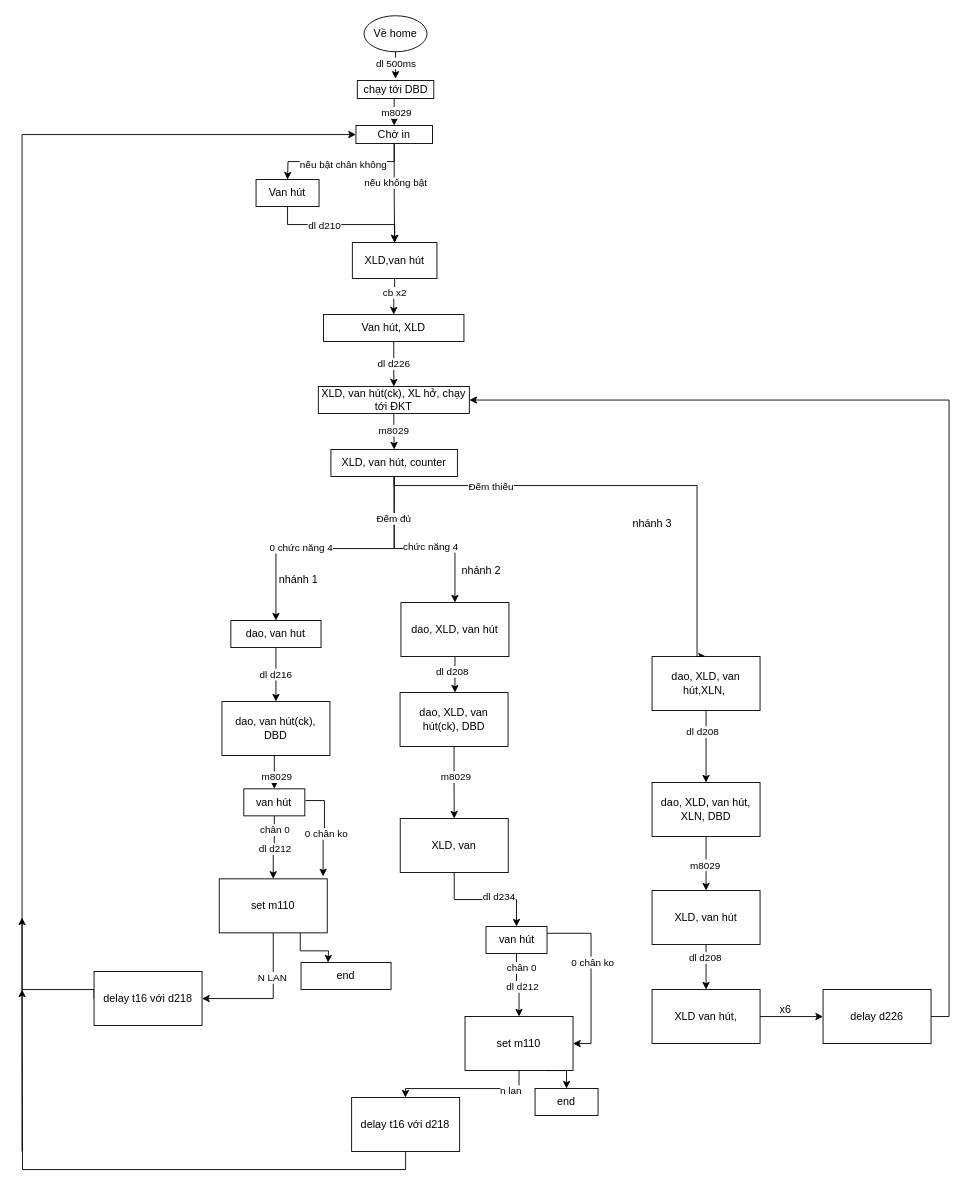
robowindgit/a0-quyencun keeps this draw.io diagram as trai muc truoc.drawio. Above is the earlier version. Source tidied: cells renumbered, new cells numbered last; positions are measured from the earlier drawing's top-left corner, leaving out a move shared by most shapes. Both pictures are drawn from the tidied source at 90%, with x=0, y=0 at pixel (22, 15).
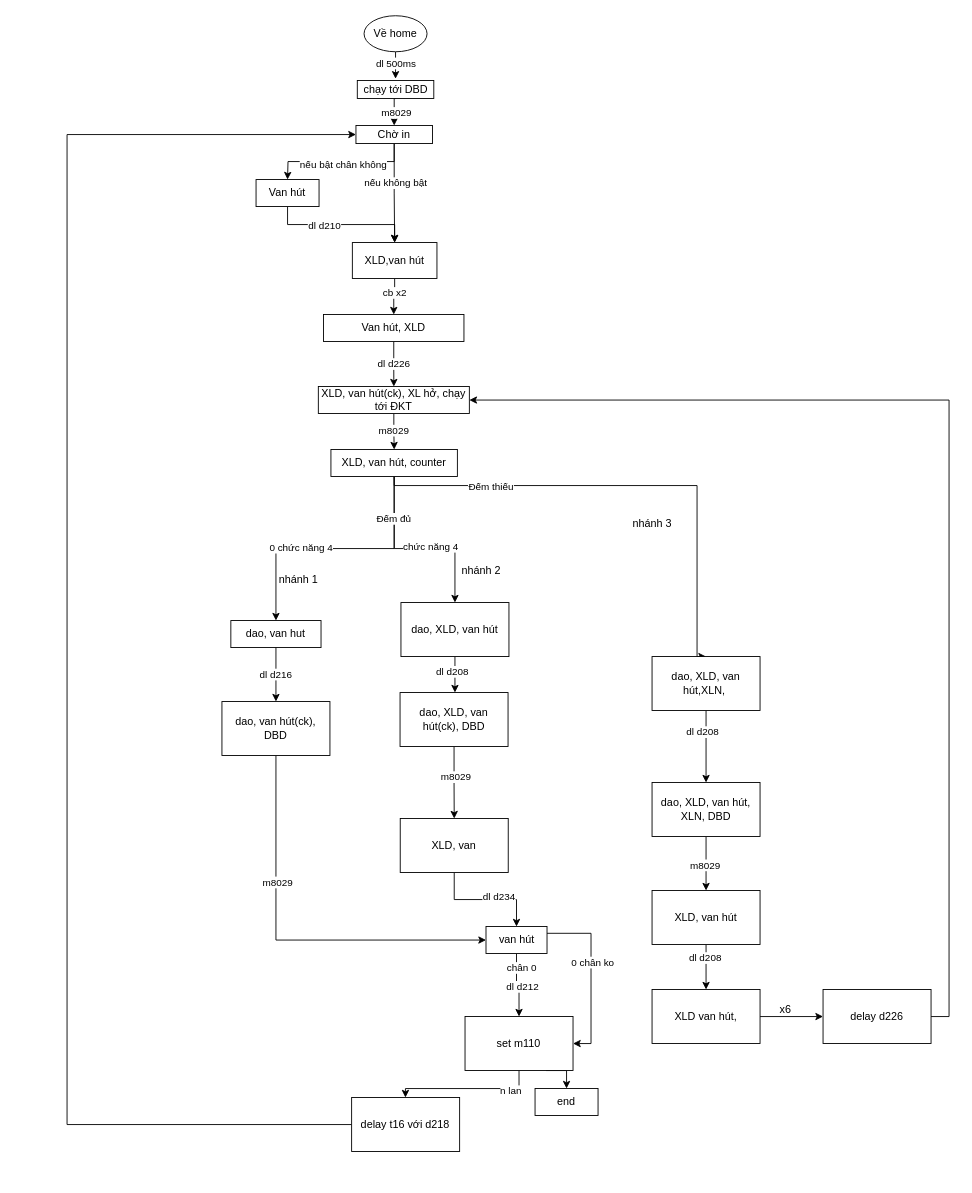
The same page after the edit.

Unchanged cells that the change refers to:
```xml
<mxCell id="13" value="Chờ in" style="rounded=0;whiteSpace=wrap;html=1;" parent="1" vertex="1">
  <mxGeometry x="371" y="122" width="85" height="20" as="geometry" />
</mxCell>
<mxCell id="38" value="dao, van hút(ck), DBD" style="whiteSpace=wrap;html=1;" parent="1" vertex="1">
  <mxGeometry x="222.1" y="762" width="120" height="60" as="geometry" />
</mxCell>
<mxCell id="56" value="van hút" style="whiteSpace=wrap;html=1;" parent="1" vertex="1">
  <mxGeometry x="515.5" y="1012" width="67.8" height="30" as="geometry" />
</mxCell>
<mxCell id="62" value="delay t16 với d218" style="whiteSpace=wrap;html=1;" parent="1" vertex="1">
  <mxGeometry x="366.2" y="1202" width="120" height="60" as="geometry" />
</mxCell>
```

Change to the diagram source:
```diff
@@
-    <mxCell id="36" style="edgeStyle=orthogonalEdgeStyle;rounded=0;jettySize=auto;html=1;exitX=0.5;exitY=1;exitDx=0;exitDy=0;entryX=0.5;entryY=0;entryDx=0;entryDy=0;" parent="1" edge="1" source="38" target="82">
+    <mxCell id="36" style="edgeStyle=orthogonalEdgeStyle;rounded=0;jettySize=auto;html=1;exitX=0.5;exitY=1;exitDx=0;exitDy=0;entryX=0;entryY=0.5;entryDx=0;entryDy=0;" parent="1" edge="1" source="38" target="56">
       <mxGeometry relative="1" as="geometry" />
     </mxCell>
     <mxCell id="37" value="m8029" style="edgeLabel;html=1;align=center;verticalAlign=middle;" parent="36" vertex="1">
-      <mxGeometry x="0.29" y="2" relative="1" as="geometry" />
+      <mxGeometry x="-0.36" y="1" relative="1" as="geometry" />
     </mxCell>
@@
-    <mxCell id="39" style="edgeStyle=orthogonalEdgeStyle;rounded=0;jettySize=auto;html=1;exitX=0;exitY=0.5;exitDx=0;exitDy=0;entryX=0;entryY=0.5;entryDx=0;entryDy=0;" parent="1" edge="1" source="40" target="13">
-      <mxGeometry relative="1" as="geometry">
-        <Array as="points">
-          <mxPoint x="80" y="1082" />
-          <mxPoint y="1082" />
-          <mxPoint y="132" />
-        </Array>
-      </mxGeometry>
-    </mxCell>
-    <mxCell id="40" value="delay t16 với d218" style="whiteSpace=wrap;html=1;" parent="1" vertex="1">
-      <mxGeometry x="80" y="1062" width="120" height="60" as="geometry" />
-    </mxCell>
@@
-    <mxCell id="44" style="edgeStyle=orthogonalEdgeStyle;rounded=0;orthogonalLoop=1;jettySize=auto;html=1;" parent="1" edge="1">
-      <mxGeometry relative="1" as="geometry">
-        <mxPoint y="1262" as="sourcePoint" />
-        <mxPoint y="1002" as="targetPoint" />
-      </mxGeometry>
-    </mxCell>
@@
-    <mxCell id="61" style="edgeStyle=orthogonalEdgeStyle;rounded=0;jettySize=auto;html=1;exitX=0.5;exitY=1;exitDx=0;exitDy=0;" parent="1" edge="1" source="62">
-      <mxGeometry relative="1" as="geometry">
-        <mxPoint y="1082" as="targetPoint" />
-      </mxGeometry>
-    </mxCell>
+    <mxCell id="92" style="edgeStyle=orthogonalEdgeStyle;rounded=0;jettySize=auto;html=1;exitX=0;exitY=0.5;exitDx=0;exitDy=0;entryX=0;entryY=0.5;entryDx=0;entryDy=0;" parent="1" edge="1" source="62" target="13">
+      <mxGeometry relative="1" as="geometry">
+        <Array as="points">
+          <mxPoint x="50" y="1232" />
+          <mxPoint x="50" y="132" />
+        </Array>
+      </mxGeometry>
+    </mxCell>
@@
-    <mxCell id="77" style="edgeStyle=orthogonalEdgeStyle;rounded=0;jettySize=auto;html=1;exitX=0.5;exitY=1;exitDx=0;exitDy=0;entryX=0.5;entryY=0;entryDx=0;entryDy=0;" parent="1" edge="1" source="82" target="86">
-      <mxGeometry relative="1" as="geometry" />
-    </mxCell>
-    <mxCell id="78" value="dl d212" style="edgeLabel;html=1;align=center;verticalAlign=middle;" parent="77" vertex="1">
-      <mxGeometry x="0.06" y="3" relative="1" as="geometry">
-        <mxPoint x="-2" as="offset" />
-      </mxGeometry>
-    </mxCell>
-    <mxCell id="79" value="chân 0" style="edgeLabel;html=1;align=center;verticalAlign=middle;" parent="77" vertex="1">
-      <mxGeometry x="-0.58" y="5" relative="1" as="geometry">
-        <mxPoint x="-5" as="offset" />
-      </mxGeometry>
-    </mxCell>
-    <mxCell id="80" style="edgeStyle=orthogonalEdgeStyle;rounded=0;orthogonalLoop=1;jettySize=auto;html=1;entryX=0.953;entryY=-0.046;entryDx=0;entryDy=0;entryPerimeter=0;" parent="1" edge="1">
-      <mxGeometry relative="1" as="geometry">
-        <mxPoint x="315" y="872" as="sourcePoint" />
-        <mxPoint x="334.5" y="956.2" as="targetPoint" />
-        <Array as="points">
-          <mxPoint x="315" y="872" />
-          <mxPoint x="336" y="872" />
-          <mxPoint x="336" y="912" />
-          <mxPoint x="334" y="912" />
-        </Array>
-      </mxGeometry>
-    </mxCell>
-    <mxCell id="81" value="0 chân ko" style="edgeLabel;html=1;align=center;verticalAlign=middle;" parent="80" vertex="1">
-      <mxGeometry x="-0.15" y="1" relative="1" as="geometry">
-        <mxPoint y="12" as="offset" />
-      </mxGeometry>
-    </mxCell>
-    <mxCell id="82" value="van hút" style="whiteSpace=wrap;html=1;" parent="1" vertex="1">
-      <mxGeometry x="246.4" y="859" width="67.8" height="30" as="geometry" />
-    </mxCell>
-    <mxCell id="83" style="edgeStyle=orthogonalEdgeStyle;rounded=0;jettySize=auto;html=1;exitX=0.5;exitY=1;exitDx=0;exitDy=0;entryX=1;entryY=0.5;entryDx=0;entryDy=0;" parent="1" edge="1" source="86" target="40">
-      <mxGeometry relative="1" as="geometry" />
-    </mxCell>
-    <mxCell id="84" value="N LAN" style="edgeLabel;html=1;align=center;verticalAlign=middle;" parent="83" vertex="1">
-      <mxGeometry x="-0.35" y="-2" relative="1" as="geometry" />
-    </mxCell>
-    <mxCell id="85" style="edgeStyle=orthogonalEdgeStyle;rounded=0;jettySize=auto;html=1;exitX=0.75;exitY=1;exitDx=0;exitDy=0;" parent="1" edge="1" source="86">
-      <mxGeometry relative="1" as="geometry">
-        <mxPoint x="340" y="1052" as="targetPoint" />
-      </mxGeometry>
-    </mxCell>
-    <mxCell id="86" value="set m110" style="whiteSpace=wrap;html=1;" parent="1" vertex="1">
-      <mxGeometry x="219.1" y="959" width="120" height="60" as="geometry" />
-    </mxCell>
-    <mxCell id="87" value="end" style="whiteSpace=wrap;html=1;" parent="1" vertex="1">
-      <mxGeometry x="310" y="1052" width="100" height="30" as="geometry" />
-    </mxCell>
```
